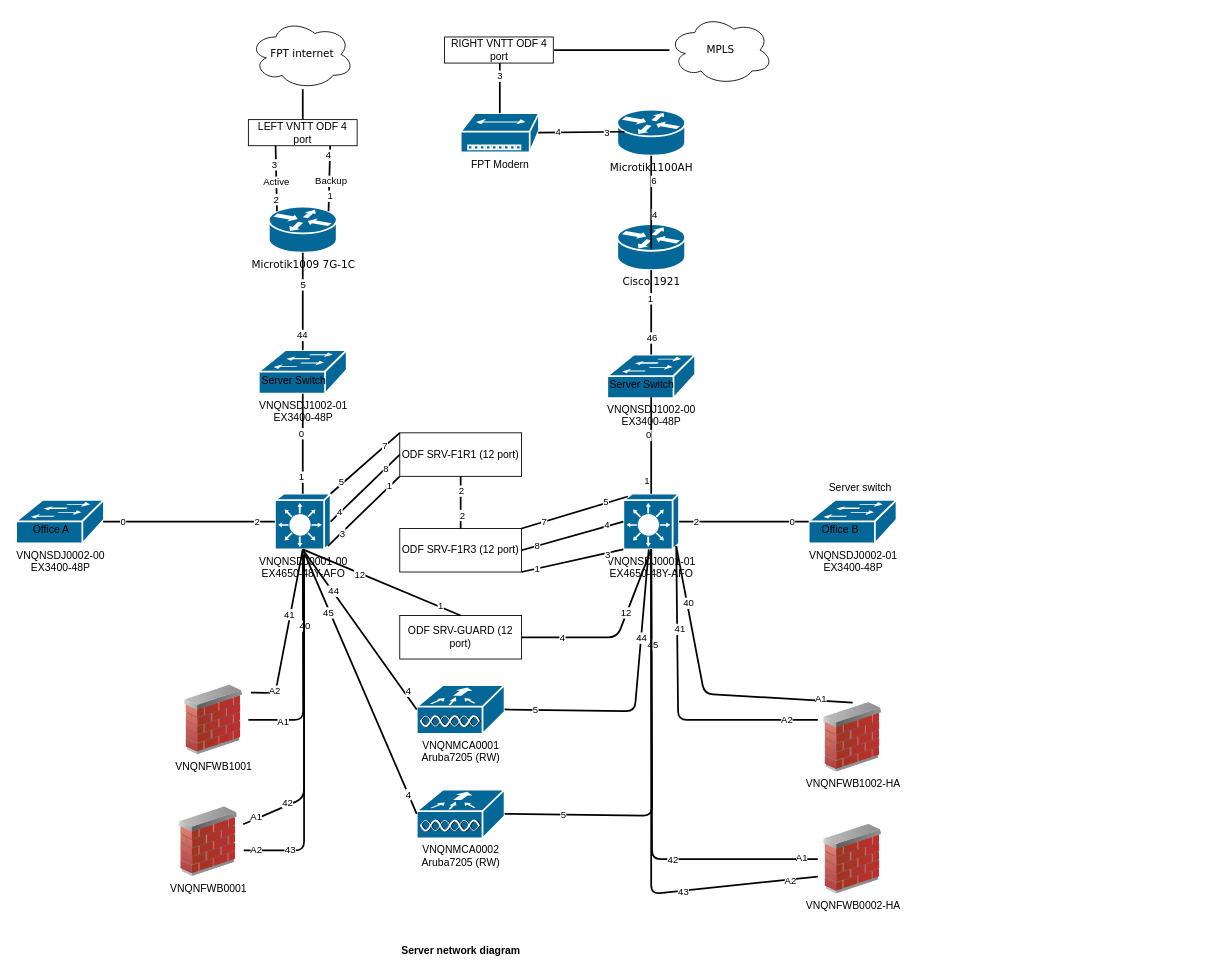
The draw.io diagram page "Server room" (2 of 5) of Untitled Diagram.drawio in zalai/demo, before the edit. Source tidied: cells renumbered, new cells numbered last; positions are measured from the earlier drawing's top-left corner, leaving out a move shared by most shapes. Both pictures are drawn from the tidied source at 87%, with x=0, y=0 at pixel (16, 15).
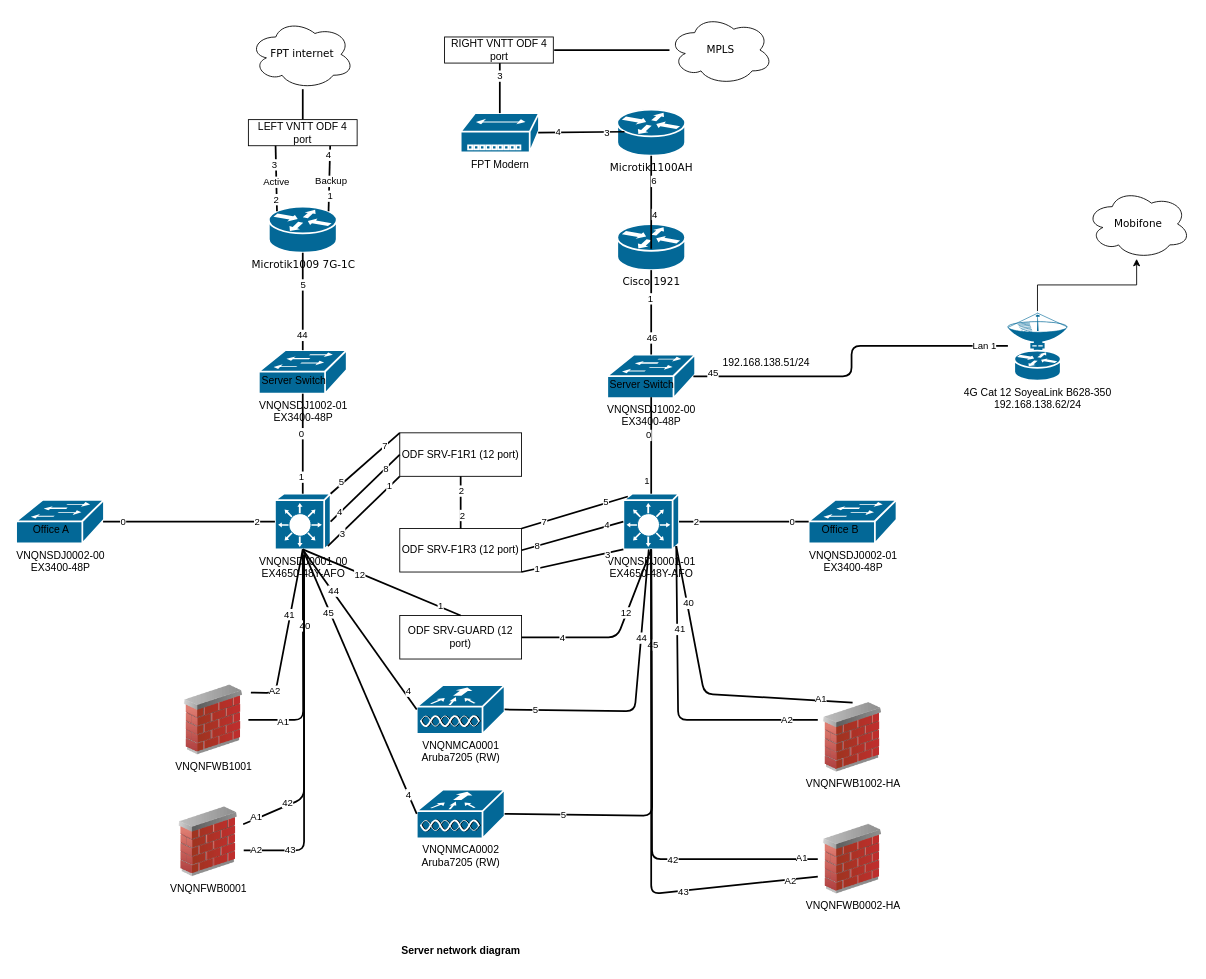
After the change.

Unchanged cells that the change refers to:
```xml
<mxCell id="7" value="VNQNSDJ1002-00&lt;br&gt;EX3400-48P" style="shape=mxgraph.cisco.switches.workgroup_switch;sketch=0;html=1;dashed=0;fillColor=#036897;strokeColor=#ffffff;strokeWidth=2;verticalLabelPosition=bottom;verticalAlign=top;align=center;outlineConnect=0;" parent="1" vertex="1">
  <mxGeometry x="679.5" y="390" width="101" height="50" as="geometry" />
</mxCell>
```

Diff of the diagram source:
```diff
@@
-    <mxCell id="126" value="Server switch" style="text;html=1;align=center;verticalAlign=middle;strokeColor=none;fillColor=none;" parent="1" vertex="1">
-      <mxGeometry x="920" y="528" width="100" height="30" as="geometry" />
-    </mxCell>
@@
+    <mxCell id="130" value="4G Cat 12 SoyeaLink B628-350&lt;div&gt;192.168.138.62/24&lt;br&gt;&lt;/div&gt;" style="shape=mxgraph.cisco.wireless.ground_terminal;sketch=0;html=1;dashed=0;fillColor=#036897;strokeColor=#ffffff;strokeWidth=2;verticalLabelPosition=bottom;verticalAlign=top;align=center;outlineConnect=0;" parent="1" vertex="1">
+      <mxGeometry x="1140" y="340" width="68" height="80" as="geometry" />
+    </mxCell>
+    <mxCell id="131" style="edgeStyle=orthogonalEdgeStyle;html=1;labelBackgroundColor=none;startFill=0;endArrow=none;endFill=0;strokeWidth=2;fontFamily=Verdana;fontSize=12;exitX=0.98;exitY=0.5;exitDx=0;exitDy=0;exitPerimeter=0;" parent="1" edge="1" source="7" target="130">
+      <mxGeometry relative="1" as="geometry" />
+    </mxCell>
+    <mxCell id="132" value="45" style="edgeLabel;html=1;align=center;verticalAlign=middle;" parent="131" vertex="1">
+      <mxGeometry x="-0.66" y="-1" relative="1" as="geometry">
+        <mxPoint x="-45" y="-6" as="offset" />
+      </mxGeometry>
+    </mxCell>
+    <mxCell id="133" value="Lan 1" style="edgeLabel;html=1;align=center;verticalAlign=middle;" parent="131" vertex="1">
+      <mxGeometry x="0.86" y="1" relative="1" as="geometry" />
+    </mxCell>
+    <mxCell id="134" value="Mobifone" style="ellipse;shape=cloud;whiteSpace=wrap;html=1;rounded=0;shadow=0;comic=0;strokeWidth=1;fontFamily=Verdana;fontSize=12;" parent="1" vertex="1">
+      <mxGeometry x="1230" y="200" width="120" height="80" as="geometry" />
+    </mxCell>
+    <mxCell id="135" style="edgeStyle=orthogonalEdgeStyle;rounded=0;jettySize=auto;html=1;exitX=0.5;exitY=0;exitDx=0;exitDy=0;exitPerimeter=0;entryX=0.483;entryY=1;entryDx=0;entryDy=0;entryPerimeter=0;" parent="1" edge="1" source="130" target="134">
+      <mxGeometry relative="1" as="geometry" />
+    </mxCell>
+    <mxCell id="136" value="192.168.138.51/24" style="text;html=1;align=center;verticalAlign=middle;strokeColor=none;fillColor=none;" parent="1" vertex="1">
+      <mxGeometry x="801.5" y="385" width="120" height="30" as="geometry" />
+    </mxCell>
```
